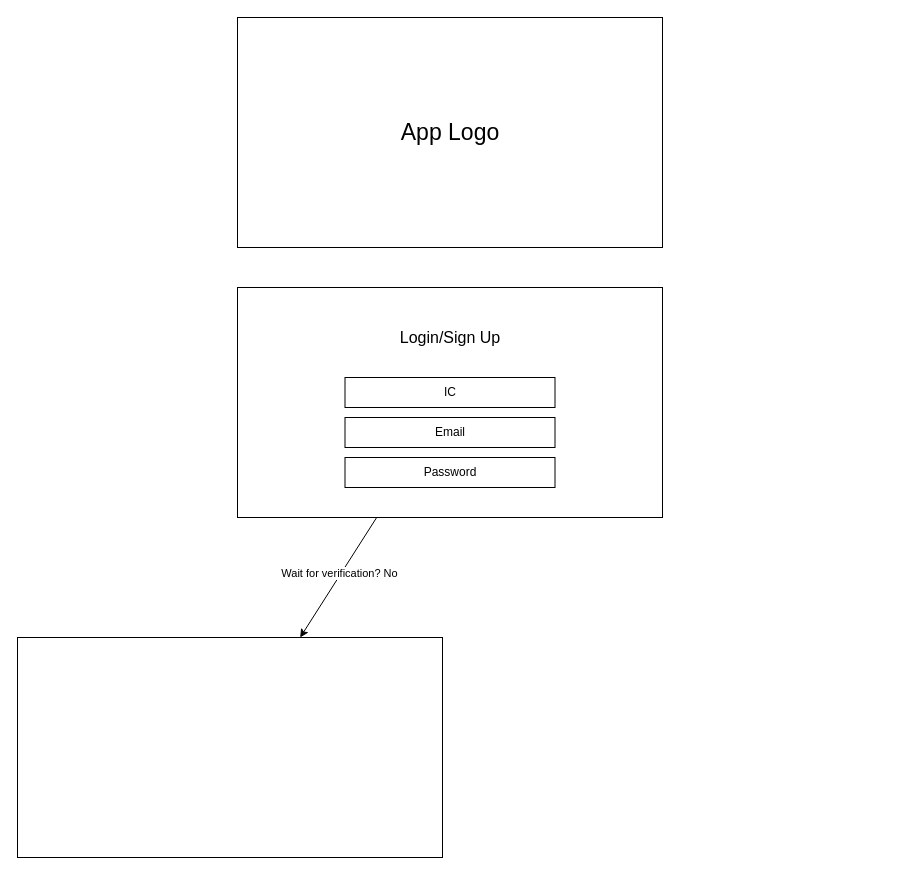
The draw.io diagram eiv.drawio in yting27/drawio-examples, before the edit. Source tidied: cells renumbered, new cells numbered last; positions are measured from the earlier drawing's top-left corner, leaving out a move shared by most shapes. Both pictures are drawn from the tidied source at 100%, with x=0, y=0 at pixel (17, 17).
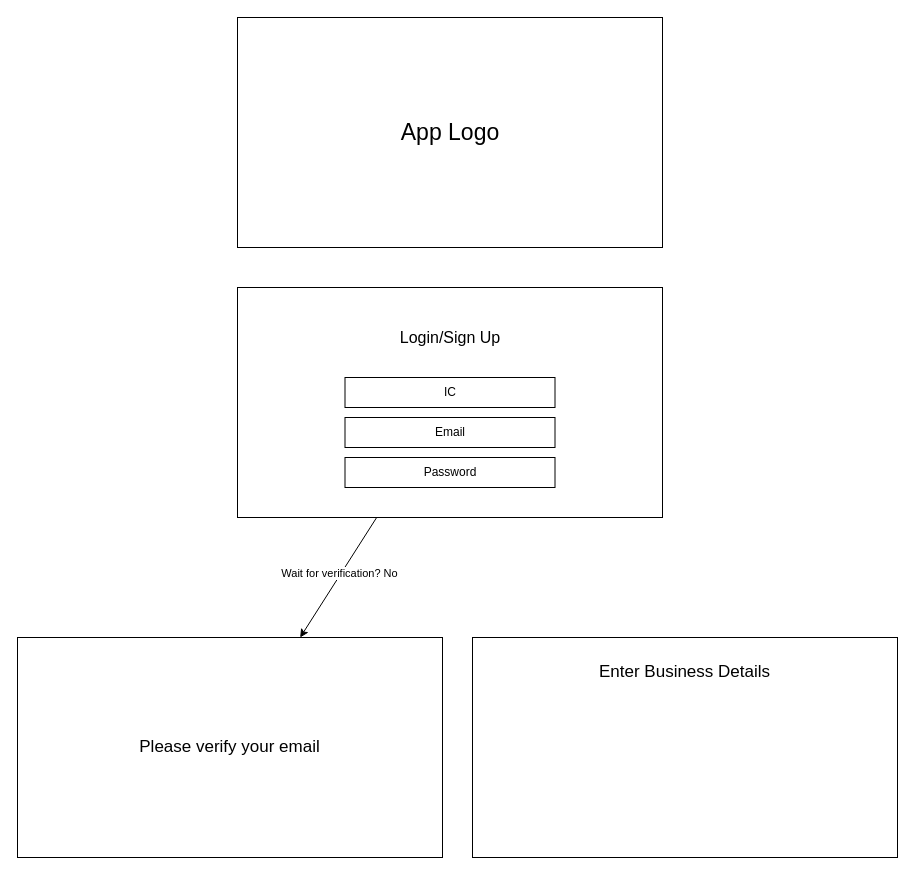
Above is the later version.

Diff of the diagram source:
```diff
@@
 <mxGraphModel>
   <root>
     <mxCell id="0" />
     <mxCell id="1" parent="0" />
     <mxCell id="2" style="rounded=0;whiteSpace=wrap;html=1;" parent="1" vertex="1">
       <mxGeometry x="220" width="425" height="230" as="geometry" />
     </mxCell>
     <mxCell id="3" value="&lt;font style=&quot;font-size: 23px;&quot;&gt;App Logo&lt;/font&gt;" style="text;html=1;align=center;verticalAlign=middle;whiteSpace=wrap;rounded=0;" parent="1" vertex="1">
       <mxGeometry x="317.5" y="85" width="230" height="60" as="geometry" />
     </mxCell>
     <mxCell id="4" style="rounded=0;jettySize=auto;html=1;" parent="1" edge="1" source="6" target="11">
       <mxGeometry relative="1" as="geometry" />
     </mxCell>
     <mxCell id="5" value="Wait for verification? No" style="edgeLabel;html=1;align=center;verticalAlign=middle;" parent="4" vertex="1">
       <mxGeometry x="-0.04" y="-3" relative="1" as="geometry">
         <mxPoint x="1" as="offset" />
       </mxGeometry>
     </mxCell>
     <mxCell id="6" style="rounded=0;whiteSpace=wrap;html=1;" parent="1" vertex="1">
       <mxGeometry x="220" y="270" width="425" height="230" as="geometry" />
     </mxCell>
     <mxCell id="7" value="&lt;font style=&quot;font-size: 16px;&quot;&gt;Login/Sign Up&lt;/font&gt;" style="text;html=1;align=center;verticalAlign=middle;whiteSpace=wrap;rounded=0;" parent="1" vertex="1">
       <mxGeometry x="317.5" y="290" width="230" height="60" as="geometry" />
     </mxCell>
     <mxCell id="8" value="IC" style="rounded=0;whiteSpace=wrap;html=1;" parent="1" vertex="1">
       <mxGeometry x="327.5" y="360" width="210" height="30" as="geometry" />
     </mxCell>
     <mxCell id="9" value="Email" style="rounded=0;whiteSpace=wrap;html=1;" parent="1" vertex="1">
       <mxGeometry x="327.5" y="400" width="210" height="30" as="geometry" />
     </mxCell>
     <mxCell id="10" value="Password" style="rounded=0;whiteSpace=wrap;html=1;" parent="1" vertex="1">
       <mxGeometry x="327.5" y="440" width="210" height="30" as="geometry" />
     </mxCell>
     <mxCell id="11" style="rounded=0;whiteSpace=wrap;html=1;" parent="1" vertex="1">
       <mxGeometry y="620" width="425" height="220" as="geometry" />
     </mxCell>
+    <mxCell id="12" value="&lt;font style=&quot;font-size: 17px;&quot;&gt;Please verify your email&lt;/font&gt;" style="text;html=1;align=center;verticalAlign=middle;whiteSpace=wrap;rounded=0;" parent="1" vertex="1">
+      <mxGeometry x="111.2" y="715" width="202.5" height="30" as="geometry" />
+    </mxCell>
+    <mxCell id="13" style="rounded=0;whiteSpace=wrap;html=1;" parent="1" vertex="1">
+      <mxGeometry x="455" y="620" width="425" height="220" as="geometry" />
+    </mxCell>
+    <mxCell id="14" value="&lt;font style=&quot;font-size: 17px;&quot;&gt;Enter Business Details&lt;/font&gt;" style="text;html=1;align=center;verticalAlign=middle;whiteSpace=wrap;rounded=0;" parent="1" vertex="1">
+      <mxGeometry x="566.2" y="640" width="202.5" height="30" as="geometry" />
+    </mxCell>
   </root>
 </mxGraphModel>
```
